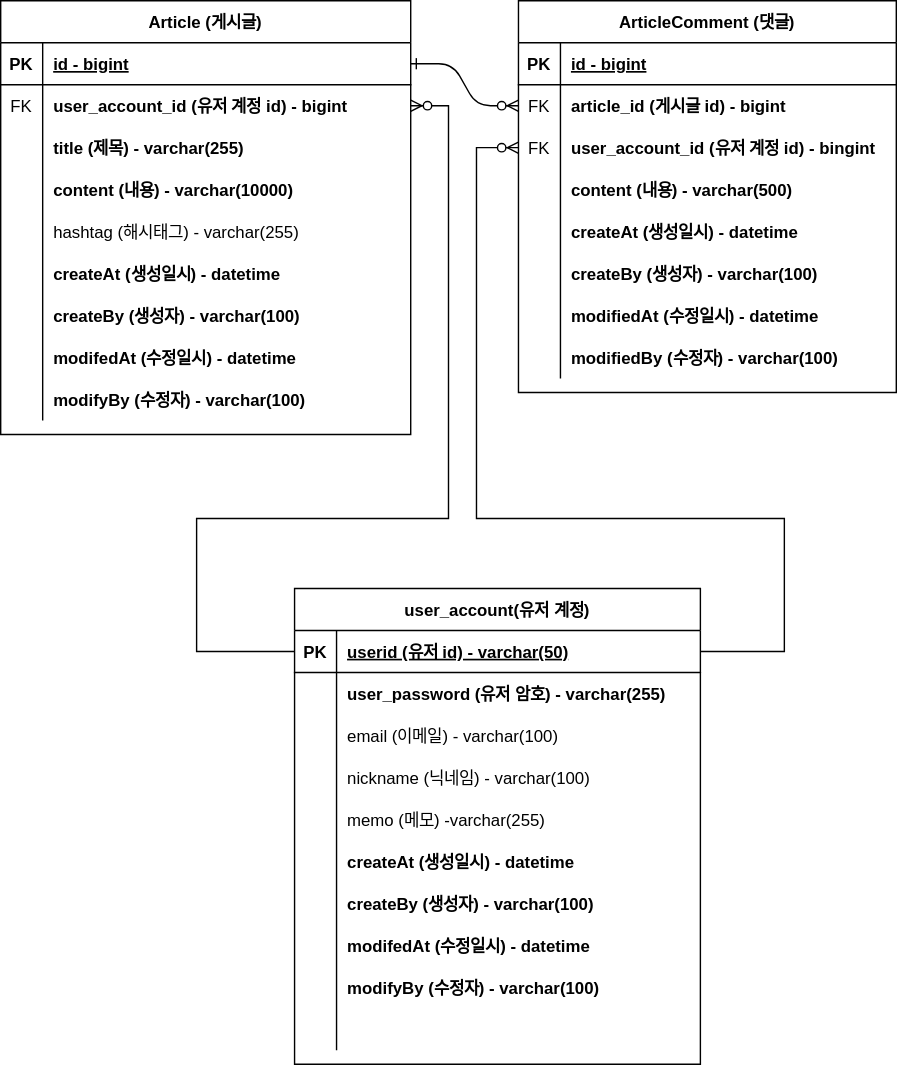
Above: document/project-board-erd.svg in mdgome/fastcampus-board-project (draw.io), before the change. Source tidied: cells renumbered, new cells last; positions are measured from the earlier drawing's top-left corner, leaving out a move shared by most shapes.
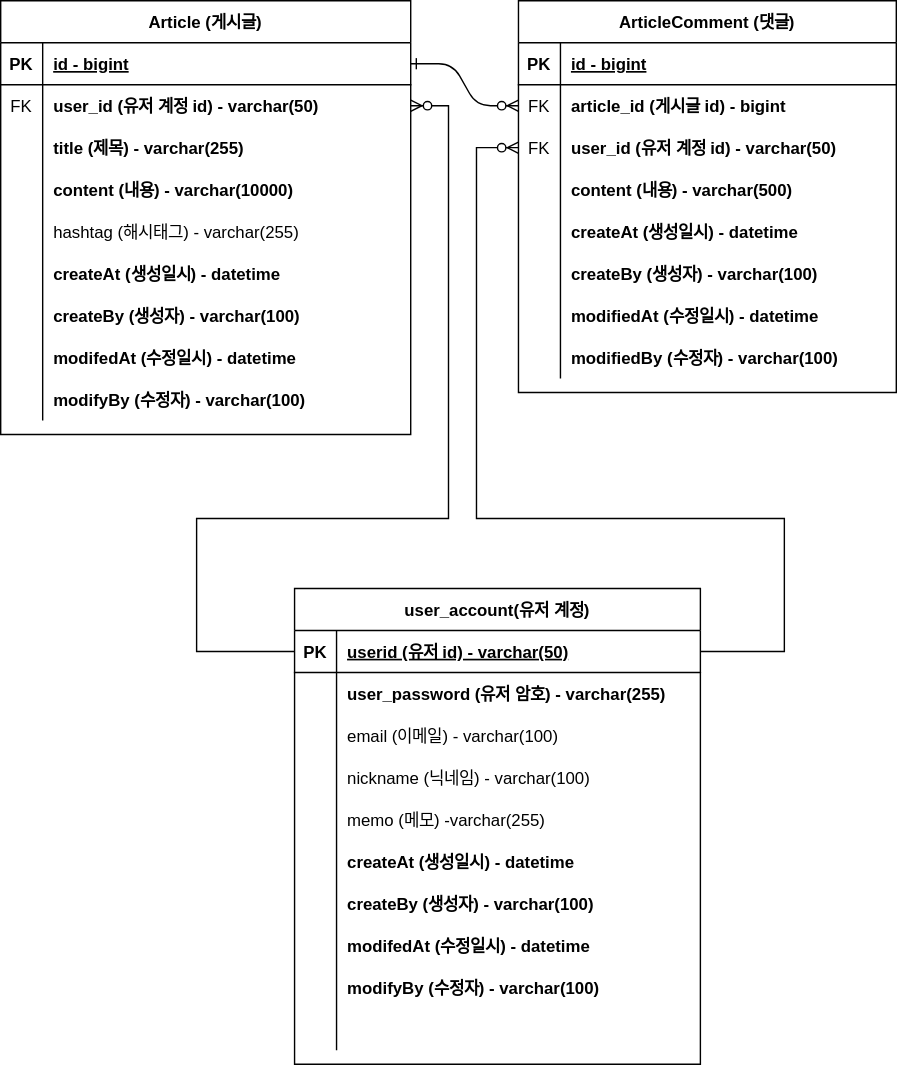
The same file after the commit.

Commit message:
#4 - 회원 계정 ERD PK 변경

Diff of the diagram source:
```diff
@@ -32,7 +32,7 @@
     <mxCell id="11" value="FK" style="shape=partialRectangle;overflow=hidden;fillColor=none;top=0;left=0;bottom=0;right=0;" parent="10" vertex="1">
       <mxGeometry width="30" height="30" as="geometry" />
     </mxCell>
-    <mxCell id="12" value="user_account_id (유저 계정 id) - bingint" style="shape=partialRectangle;overflow=hidden;fillColor=none;top=0;left=0;bottom=0;right=0;align=left;spacingLeft=6;fontStyle=1;" parent="10" vertex="1">
+    <mxCell id="12" value="user_id (유저 계정 id) - varchar(50)" style="shape=partialRectangle;overflow=hidden;fillColor=none;top=0;left=0;bottom=0;right=0;align=left;spacingLeft=6;fontStyle=1;" parent="10" vertex="1">
       <mxGeometry x="30" width="240" height="30" as="geometry" />
     </mxCell>
     <mxCell id="13" style="shape=partialRectangle;fillColor=none;top=0;left=0;right=0;bottom=0;" parent="3" vertex="1">
@@ -98,7 +98,7 @@
     <mxCell id="33" value="FK" style="shape=partialRectangle;overflow=hidden;fillColor=none;top=0;left=0;bottom=0;right=0;" parent="32" vertex="1">
       <mxGeometry width="30" height="30" as="geometry" />
     </mxCell>
-    <mxCell id="34" value="user_account_id (유저 계정 id) - bigint" style="shape=partialRectangle;overflow=hidden;fillColor=none;top=0;left=0;bottom=0;right=0;align=left;spacingLeft=6;fontStyle=1;" parent="32" vertex="1">
+    <mxCell id="34" value="user_id (유저 계정 id) - varchar(50)" style="shape=partialRectangle;overflow=hidden;fillColor=none;top=0;left=0;bottom=0;right=0;align=left;spacingLeft=6;fontStyle=1;" parent="32" vertex="1">
       <mxGeometry x="30" width="263" height="30" as="geometry" />
     </mxCell>
     <mxCell id="35" style="shape=partialRectangle;fillColor=none;top=0;left=0;right=0;bottom=0;" parent="28" vertex="1">
```
